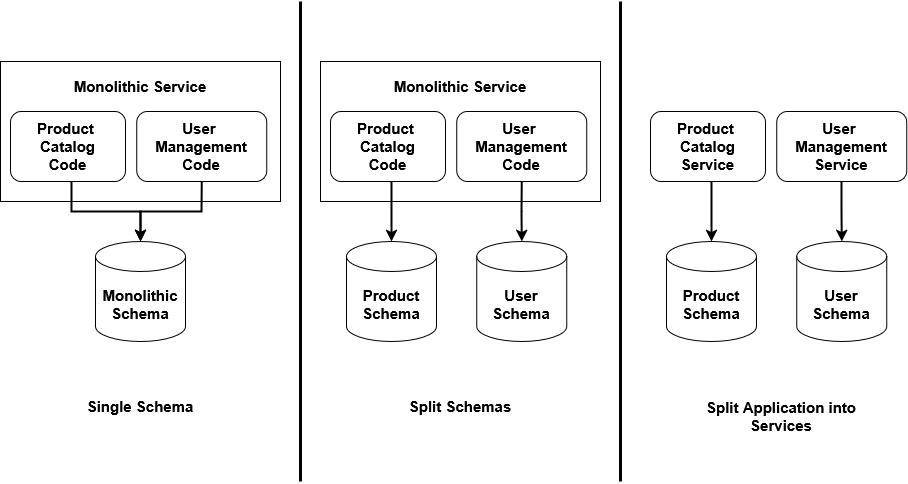
Before: public/microservices-in-depth/click_cart_split_db.png, a diagram exported from draw.io (gmunumel/personal-blog). Source tidied: cells renumbered, new cells last; positions are measured from the earlier drawing's top-left corner, leaving out a move shared by most shapes. Source of this version:
```xml
<mxGraphModel>
  <root>
    <mxCell id="0" />
    <mxCell id="1" parent="0" />
    <mxCell id="2" style="rounded=0;whiteSpace=wrap;html=1;" parent="1" vertex="1">
      <mxGeometry y="60" width="280" height="140" as="geometry" />
    </mxCell>
    <mxCell id="3" value="&lt;div&gt;Product&amp;nbsp;&lt;/div&gt;&lt;div&gt;Catalog&lt;/div&gt;&lt;div&gt;Code&lt;/div&gt;" style="rounded=1;whiteSpace=wrap;html=1;fontSize=15;fontStyle=1;" parent="1" vertex="1">
      <mxGeometry x="10" y="110" width="115" height="70" as="geometry" />
    </mxCell>
    <mxCell id="4" value="Monolithic&lt;br&gt;Schema" style="shape=cylinder3;whiteSpace=wrap;html=1;boundedLbl=1;backgroundOutline=1;size=15;fontSize=15;fontStyle=1;" parent="1" vertex="1">
      <mxGeometry x="95" y="240" width="90" height="100" as="geometry" />
    </mxCell>
    <mxCell id="5" value="&lt;div&gt;User&amp;nbsp;&lt;/div&gt;&lt;div&gt;Management&lt;/div&gt;&lt;div&gt;Code&lt;/div&gt;" style="rounded=1;whiteSpace=wrap;html=1;fontSize=15;fontStyle=1;" parent="1" vertex="1">
      <mxGeometry x="136.2" y="110" width="130" height="70" as="geometry" />
    </mxCell>
    <mxCell id="6" value="Monolithic Service" style="text;html=1;align=center;verticalAlign=middle;whiteSpace=wrap;rounded=0;fontSize=15;fontStyle=1;" parent="1" vertex="1">
      <mxGeometry x="60" y="70" width="160" height="30" as="geometry" />
    </mxCell>
    <mxCell id="7" style="endArrow=classic;html=1;rounded=0;exitX=0.5;exitY=1;exitDx=0;exitDy=0;entryX=0.5;entryY=0;entryDx=0;entryDy=0;entryPerimeter=0;strokeWidth=2;" parent="1" edge="1" source="5" target="4">
      <mxGeometry relative="1" as="geometry">
        <Array as="points">
          <mxPoint x="201" y="210" />
          <mxPoint x="140" y="210" />
        </Array>
      </mxGeometry>
    </mxCell>
    <mxCell id="8" style="endArrow=classic;html=1;rounded=0;exitX=0.5;exitY=1;exitDx=0;exitDy=0;entryX=0.5;entryY=0;entryDx=0;entryDy=0;entryPerimeter=0;strokeWidth=2;" parent="1" edge="1" target="4">
      <mxGeometry relative="1" as="geometry">
        <mxPoint x="71" y="180" as="sourcePoint" />
        <Array as="points">
          <mxPoint x="71" y="210" />
          <mxPoint x="140" y="210" />
        </Array>
      </mxGeometry>
    </mxCell>
    <mxCell id="9" value="Single Schema" style="text;html=1;align=center;verticalAlign=middle;whiteSpace=wrap;rounded=0;fontSize=15;fontStyle=1;" parent="1" vertex="1">
      <mxGeometry x="78.1" y="370" width="123.8" height="70" as="geometry" />
    </mxCell>
    <mxCell id="10" style="rounded=0;whiteSpace=wrap;html=1;" parent="1" vertex="1">
      <mxGeometry x="320" y="60" width="280" height="140" as="geometry" />
    </mxCell>
    <mxCell id="11" value="&lt;div&gt;Product&amp;nbsp;&lt;/div&gt;&lt;div&gt;Catalog&lt;/div&gt;&lt;div&gt;Code&lt;/div&gt;" style="rounded=1;whiteSpace=wrap;html=1;fontSize=15;fontStyle=1;" parent="1" vertex="1">
      <mxGeometry x="330" y="110" width="115" height="70" as="geometry" />
    </mxCell>
    <mxCell id="12" value="Product&lt;br&gt;Schema" style="shape=cylinder3;whiteSpace=wrap;html=1;boundedLbl=1;backgroundOutline=1;size=15;fontSize=15;fontStyle=1;" parent="1" vertex="1">
      <mxGeometry x="346" y="240" width="90" height="100" as="geometry" />
    </mxCell>
    <mxCell id="13" value="&lt;div&gt;User&amp;nbsp;&lt;/div&gt;&lt;div&gt;Management&lt;/div&gt;&lt;div&gt;Code&lt;/div&gt;" style="rounded=1;whiteSpace=wrap;html=1;fontSize=15;fontStyle=1;" parent="1" vertex="1">
      <mxGeometry x="456.2" y="110" width="130" height="70" as="geometry" />
    </mxCell>
    <mxCell id="14" value="Monolithic Service" style="text;html=1;align=center;verticalAlign=middle;whiteSpace=wrap;rounded=0;fontSize=15;fontStyle=1;" parent="1" vertex="1">
      <mxGeometry x="380" y="70" width="160" height="30" as="geometry" />
    </mxCell>
    <mxCell id="15" style="endArrow=classic;html=1;rounded=0;exitX=0.5;exitY=1;exitDx=0;exitDy=0;entryX=0.5;entryY=0;entryDx=0;entryDy=0;entryPerimeter=0;strokeWidth=2;" parent="1" edge="1" source="13" target="18">
      <mxGeometry relative="1" as="geometry">
        <Array as="points">
          <mxPoint x="521" y="210" />
        </Array>
      </mxGeometry>
    </mxCell>
    <mxCell id="16" style="endArrow=classic;html=1;rounded=0;exitX=0.5;exitY=1;exitDx=0;exitDy=0;entryX=0.5;entryY=0;entryDx=0;entryDy=0;entryPerimeter=0;strokeWidth=2;" parent="1" edge="1" target="12">
      <mxGeometry relative="1" as="geometry">
        <mxPoint x="391" y="180" as="sourcePoint" />
        <Array as="points">
          <mxPoint x="391" y="210" />
        </Array>
      </mxGeometry>
    </mxCell>
    <mxCell id="17" value="Split Schemas" style="text;html=1;align=center;verticalAlign=middle;whiteSpace=wrap;rounded=0;fontSize=15;fontStyle=1;" parent="1" vertex="1">
      <mxGeometry x="398.1" y="370" width="123.8" height="70" as="geometry" />
    </mxCell>
    <mxCell id="18" value="User&lt;br&gt;Schema" style="shape=cylinder3;whiteSpace=wrap;html=1;boundedLbl=1;backgroundOutline=1;size=15;fontSize=15;fontStyle=1;" parent="1" vertex="1">
      <mxGeometry x="476.2" y="240" width="90" height="100" as="geometry" />
    </mxCell>
    <mxCell id="19" style="endArrow=none;html=1;rounded=0;strokeWidth=3;" parent="1" edge="1">
      <mxGeometry relative="1" as="geometry">
        <mxPoint x="300" y="480" as="sourcePoint" />
        <mxPoint x="300" as="targetPoint" />
      </mxGeometry>
    </mxCell>
    <mxCell id="20" style="endArrow=none;html=1;rounded=0;strokeWidth=3;" parent="1" edge="1">
      <mxGeometry relative="1" as="geometry">
        <mxPoint x="620" y="480" as="sourcePoint" />
        <mxPoint x="620" as="targetPoint" />
      </mxGeometry>
    </mxCell>
    <mxCell id="21" value="&lt;div&gt;Product&amp;nbsp;&lt;/div&gt;&lt;div&gt;Catalog&lt;/div&gt;&lt;div&gt;Service&lt;/div&gt;" style="rounded=1;whiteSpace=wrap;html=1;fontSize=15;fontStyle=1;" parent="1" vertex="1">
      <mxGeometry x="650" y="110" width="115" height="70" as="geometry" />
    </mxCell>
    <mxCell id="22" value="Product&lt;br&gt;Schema" style="shape=cylinder3;whiteSpace=wrap;html=1;boundedLbl=1;backgroundOutline=1;size=15;fontSize=15;fontStyle=1;" parent="1" vertex="1">
      <mxGeometry x="666" y="240" width="90" height="100" as="geometry" />
    </mxCell>
    <mxCell id="23" style="endArrow=classic;html=1;rounded=0;exitX=0.5;exitY=1;exitDx=0;exitDy=0;entryX=0.5;entryY=0;entryDx=0;entryDy=0;entryPerimeter=0;strokeWidth=2;" parent="1" edge="1" target="26">
      <mxGeometry relative="1" as="geometry">
        <mxPoint x="841" y="180" as="sourcePoint" />
        <Array as="points">
          <mxPoint x="841" y="210" />
        </Array>
      </mxGeometry>
    </mxCell>
    <mxCell id="24" style="endArrow=classic;html=1;rounded=0;exitX=0.5;exitY=1;exitDx=0;exitDy=0;entryX=0.5;entryY=0;entryDx=0;entryDy=0;entryPerimeter=0;strokeWidth=2;" parent="1" edge="1" target="22">
      <mxGeometry relative="1" as="geometry">
        <mxPoint x="711" y="180" as="sourcePoint" />
        <Array as="points">
          <mxPoint x="711" y="210" />
        </Array>
      </mxGeometry>
    </mxCell>
    <mxCell id="25" value="Split Application into&lt;br&gt;Services" style="text;html=1;align=center;verticalAlign=middle;whiteSpace=wrap;rounded=0;fontSize=15;fontStyle=1;" parent="1" vertex="1">
      <mxGeometry x="700" y="380" width="161.9" height="70" as="geometry" />
    </mxCell>
    <mxCell id="26" value="User&lt;br&gt;Schema" style="shape=cylinder3;whiteSpace=wrap;html=1;boundedLbl=1;backgroundOutline=1;size=15;fontSize=15;fontStyle=1;" parent="1" vertex="1">
      <mxGeometry x="796.2" y="240" width="90" height="100" as="geometry" />
    </mxCell>
    <mxCell id="27" value="&lt;div&gt;User&amp;nbsp;&lt;/div&gt;&lt;div&gt;Management&lt;/div&gt;&lt;div&gt;Service&lt;/div&gt;" style="rounded=1;whiteSpace=wrap;html=1;fontSize=15;fontStyle=1;" parent="1" vertex="1">
      <mxGeometry x="776.2" y="110" width="130" height="70" as="geometry" />
    </mxCell>
  </root>
</mxGraphModel>
```
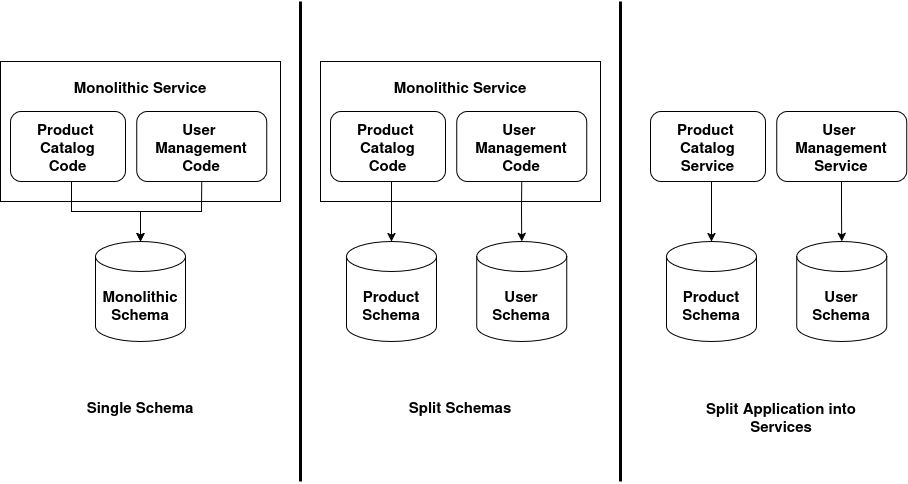
After the commit.

Diff of the diagram source:
```diff
@@ -17,7 +17,7 @@
     <mxCell id="6" value="Monolithic Service" style="text;html=1;align=center;verticalAlign=middle;whiteSpace=wrap;rounded=0;fontSize=15;fontStyle=1;" parent="1" vertex="1">
       <mxGeometry x="60" y="70" width="160" height="30" as="geometry" />
     </mxCell>
-    <mxCell id="7" style="endArrow=classic;html=1;rounded=0;exitX=0.5;exitY=1;exitDx=0;exitDy=0;entryX=0.5;entryY=0;entryDx=0;entryDy=0;entryPerimeter=0;strokeWidth=2;" parent="1" edge="1" source="5" target="4">
+    <mxCell id="7" style="endArrow=classic;html=1;rounded=0;exitX=0.5;exitY=1;exitDx=0;exitDy=0;entryX=0.5;entryY=0;entryDx=0;entryDy=0;entryPerimeter=0;strokeWidth=1;" parent="1" edge="1" source="5" target="4">
       <mxGeometry relative="1" as="geometry">
         <Array as="points">
           <mxPoint x="201" y="210" />
@@ -25,7 +25,7 @@
         </Array>
       </mxGeometry>
     </mxCell>
-    <mxCell id="8" style="endArrow=classic;html=1;rounded=0;exitX=0.5;exitY=1;exitDx=0;exitDy=0;entryX=0.5;entryY=0;entryDx=0;entryDy=0;entryPerimeter=0;strokeWidth=2;" parent="1" edge="1" target="4">
+    <mxCell id="8" style="endArrow=classic;html=1;rounded=0;exitX=0.5;exitY=1;exitDx=0;exitDy=0;entryX=0.5;entryY=0;entryDx=0;entryDy=0;entryPerimeter=0;strokeWidth=1;" parent="1" edge="1" target="4">
       <mxGeometry relative="1" as="geometry">
         <mxPoint x="71" y="180" as="sourcePoint" />
         <Array as="points">
@@ -52,14 +52,14 @@
     <mxCell id="14" value="Monolithic Service" style="text;html=1;align=center;verticalAlign=middle;whiteSpace=wrap;rounded=0;fontSize=15;fontStyle=1;" parent="1" vertex="1">
       <mxGeometry x="380" y="70" width="160" height="30" as="geometry" />
     </mxCell>
-    <mxCell id="15" style="endArrow=classic;html=1;rounded=0;exitX=0.5;exitY=1;exitDx=0;exitDy=0;entryX=0.5;entryY=0;entryDx=0;entryDy=0;entryPerimeter=0;strokeWidth=2;" parent="1" edge="1" source="13" target="18">
+    <mxCell id="15" style="endArrow=classic;html=1;rounded=0;exitX=0.5;exitY=1;exitDx=0;exitDy=0;entryX=0.5;entryY=0;entryDx=0;entryDy=0;entryPerimeter=0;strokeWidth=1;" parent="1" edge="1" source="13" target="18">
       <mxGeometry relative="1" as="geometry">
         <Array as="points">
           <mxPoint x="521" y="210" />
         </Array>
       </mxGeometry>
     </mxCell>
-    <mxCell id="16" style="endArrow=classic;html=1;rounded=0;exitX=0.5;exitY=1;exitDx=0;exitDy=0;entryX=0.5;entryY=0;entryDx=0;entryDy=0;entryPerimeter=0;strokeWidth=2;" parent="1" edge="1" target="12">
+    <mxCell id="16" style="endArrow=classic;html=1;rounded=0;exitX=0.5;exitY=1;exitDx=0;exitDy=0;entryX=0.5;entryY=0;entryDx=0;entryDy=0;entryPerimeter=0;strokeWidth=1;" parent="1" edge="1" target="12">
       <mxGeometry relative="1" as="geometry">
         <mxPoint x="391" y="180" as="sourcePoint" />
         <Array as="points">
@@ -91,7 +91,7 @@
     <mxCell id="22" value="Product&lt;br&gt;Schema" style="shape=cylinder3;whiteSpace=wrap;html=1;boundedLbl=1;backgroundOutline=1;size=15;fontSize=15;fontStyle=1;" parent="1" vertex="1">
       <mxGeometry x="666" y="240" width="90" height="100" as="geometry" />
     </mxCell>
-    <mxCell id="23" style="endArrow=classic;html=1;rounded=0;exitX=0.5;exitY=1;exitDx=0;exitDy=0;entryX=0.5;entryY=0;entryDx=0;entryDy=0;entryPerimeter=0;strokeWidth=2;" parent="1" edge="1" target="26">
+    <mxCell id="23" style="endArrow=classic;html=1;rounded=0;exitX=0.5;exitY=1;exitDx=0;exitDy=0;entryX=0.5;entryY=0;entryDx=0;entryDy=0;entryPerimeter=0;strokeWidth=1;" parent="1" edge="1" target="26">
       <mxGeometry relative="1" as="geometry">
         <mxPoint x="841" y="180" as="sourcePoint" />
         <Array as="points">
@@ -99,7 +99,7 @@
         </Array>
       </mxGeometry>
     </mxCell>
-    <mxCell id="24" style="endArrow=classic;html=1;rounded=0;exitX=0.5;exitY=1;exitDx=0;exitDy=0;entryX=0.5;entryY=0;entryDx=0;entryDy=0;entryPerimeter=0;strokeWidth=2;" parent="1" edge="1" target="22">
+    <mxCell id="24" style="endArrow=classic;html=1;rounded=0;exitX=0.5;exitY=1;exitDx=0;exitDy=0;entryX=0.5;entryY=0;entryDx=0;entryDy=0;entryPerimeter=0;strokeWidth=1;" parent="1" edge="1" target="22">
       <mxGeometry relative="1" as="geometry">
         <mxPoint x="711" y="180" as="sourcePoint" />
         <Array as="points">
```
